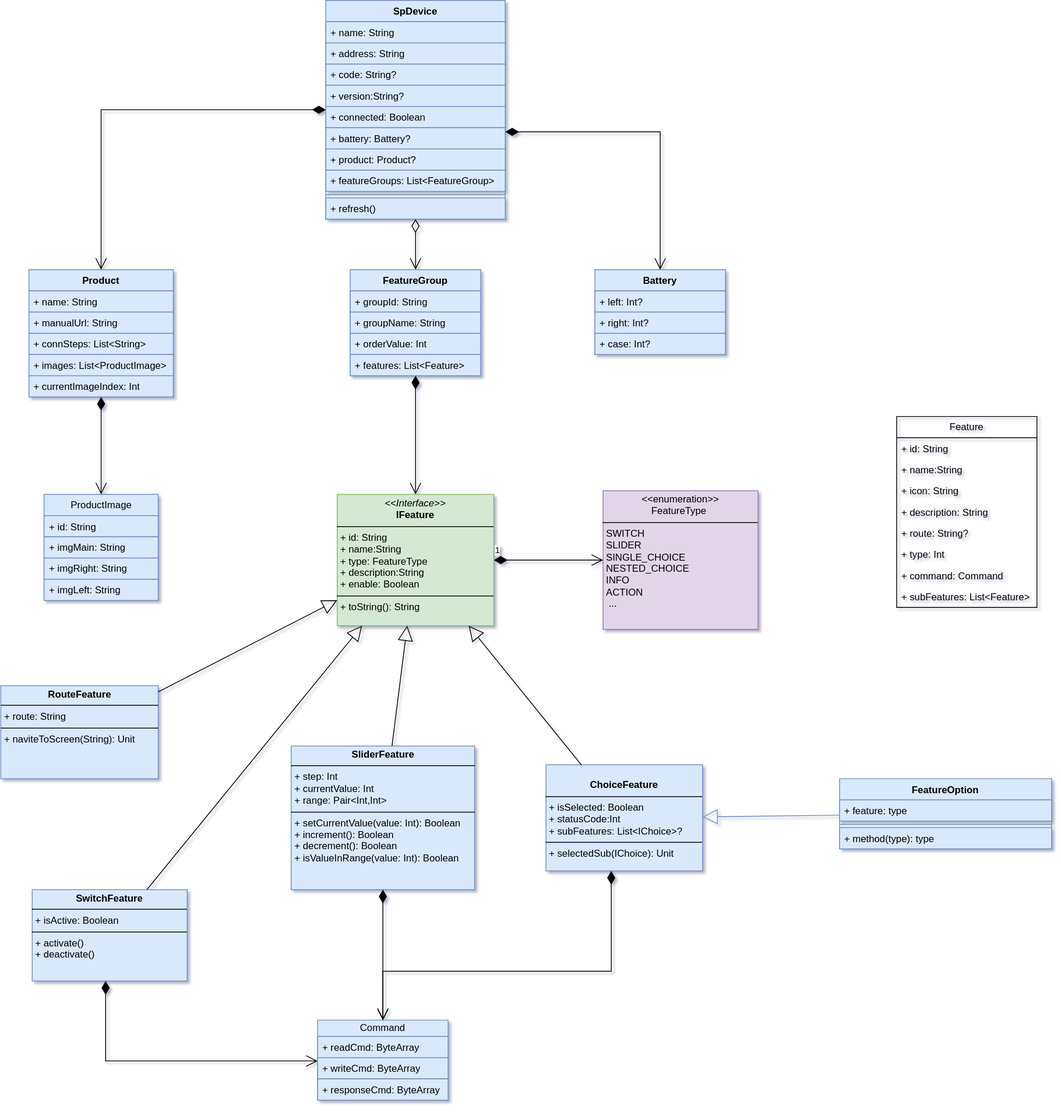
kekemao00/draw-libs keeps this draw.io diagram as sp-device.drawio.svg. Above is the earlier version. Source tidied: cells renumbered, new cells last; positions are measured from the earlier drawing's top-left corner, leaving out a move shared by most shapes.
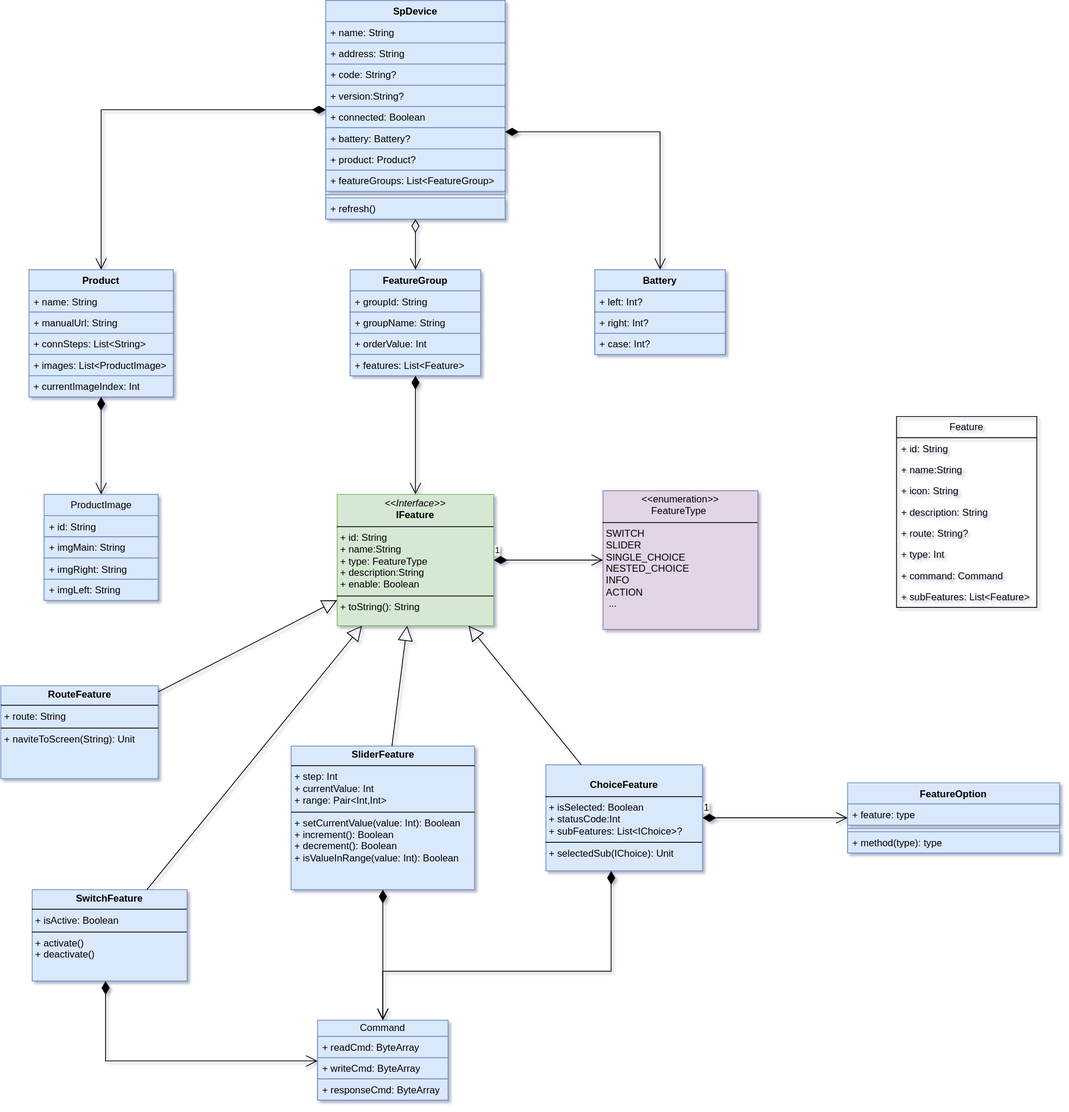
Above is the later version.

The edit, as a diff of the source:
```diff
@@ -178,9 +178,6 @@
     <mxCell id="58" style="endArrow=block;endSize=16;endFill=0;html=1;rounded=0;" parent="1" edge="1" source="50" target="46">
       <mxGeometry x="0.01" relative="1" as="geometry" />
     </mxCell>
-    <mxCell id="59" style="endArrow=block;endSize=16;endFill=0;html=1;rounded=0;fillColor=#dae8fc;strokeColor=#6c8ebf;" parent="1" edge="1" source="66" target="48">
-      <mxGeometry relative="1" as="geometry" />
-    </mxCell>
     <mxCell id="60" style="endArrow=block;endSize=16;endFill=0;html=1;rounded=0;" parent="1" edge="1" source="48" target="46">
       <mxGeometry x="-0.02" y="-8" relative="1" as="geometry" />
     </mxCell>
@@ -214,7 +211,7 @@
       <mxGeometry x="-1" y="3" relative="1" as="geometry" />
     </mxCell>
     <mxCell id="66" value="FeatureOption" style="swimlane;fontStyle=1;align=center;verticalAlign=top;horizontal=1;startSize=26;whiteSpace=wrap;html=1;fillColor=#dae8fc;strokeColor=#6c8ebf;" parent="1" vertex="1">
-      <mxGeometry x="1028" y="954" width="260" height="86" as="geometry" />
+      <mxGeometry x="1038" y="959" width="260" height="86" as="geometry" />
     </mxCell>
     <mxCell id="67" value="+&amp;nbsp;feature: type" style="text;strokeColor=#6c8ebf;fillColor=#dae8fc;align=left;verticalAlign=top;spacingLeft=4;spacingRight=4;overflow=hidden;whiteSpace=wrap;html=1;" parent="66" vertex="1">
       <mxGeometry y="26" width="260" height="26" as="geometry" />
@@ -225,5 +222,8 @@
     <mxCell id="69" value="+ method(type): type" style="text;strokeColor=#6c8ebf;fillColor=#dae8fc;align=left;verticalAlign=top;spacingLeft=4;spacingRight=4;overflow=hidden;whiteSpace=wrap;html=1;" parent="66" vertex="1">
       <mxGeometry y="60" width="260" height="26" as="geometry" />
     </mxCell>
+    <mxCell id="70" value="1" style="endArrow=open;html=1;endSize=12;startArrow=diamondThin;startSize=14;startFill=1;edgeStyle=orthogonalEdgeStyle;align=left;verticalAlign=bottom;rounded=0;fontSize=12;curved=1;" parent="1" edge="1" source="48" target="66">
+      <mxGeometry x="-1" y="3" relative="1" as="geometry" />
+    </mxCell>
   </root>
 </mxGraphModel>
```
